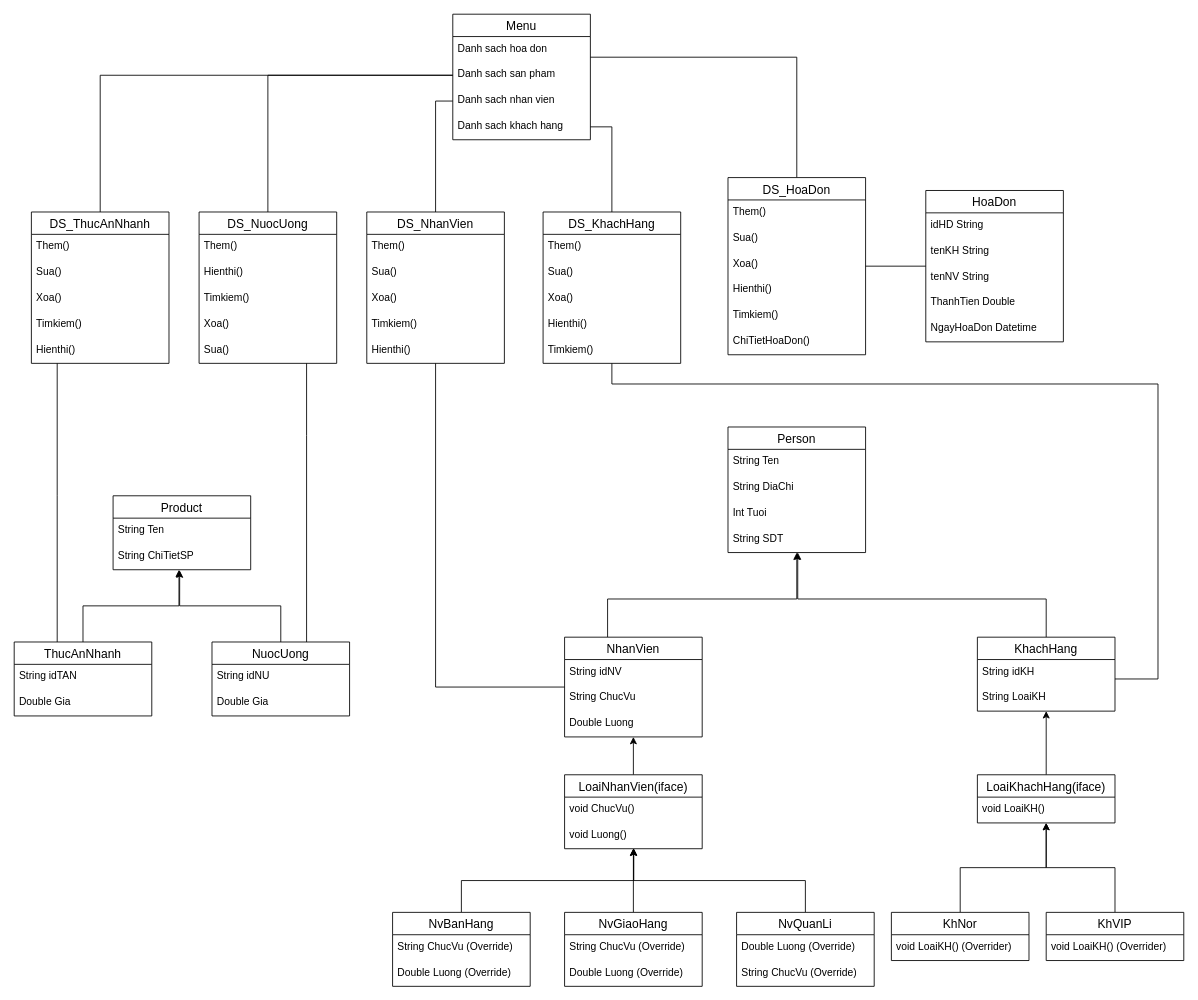
Earlier version of the draw.io diagram UMLDiagram.drawio (EdgarIgnite16/Fast-food-store-Manager-OOP). Source tidied: cells renumbered, new cells numbered last; positions are measured from the earlier drawing's top-left corner, leaving out a move shared by most shapes. Both pictures are drawn from the tidied source at 86%, with x=0, y=0 at pixel (14, 14).
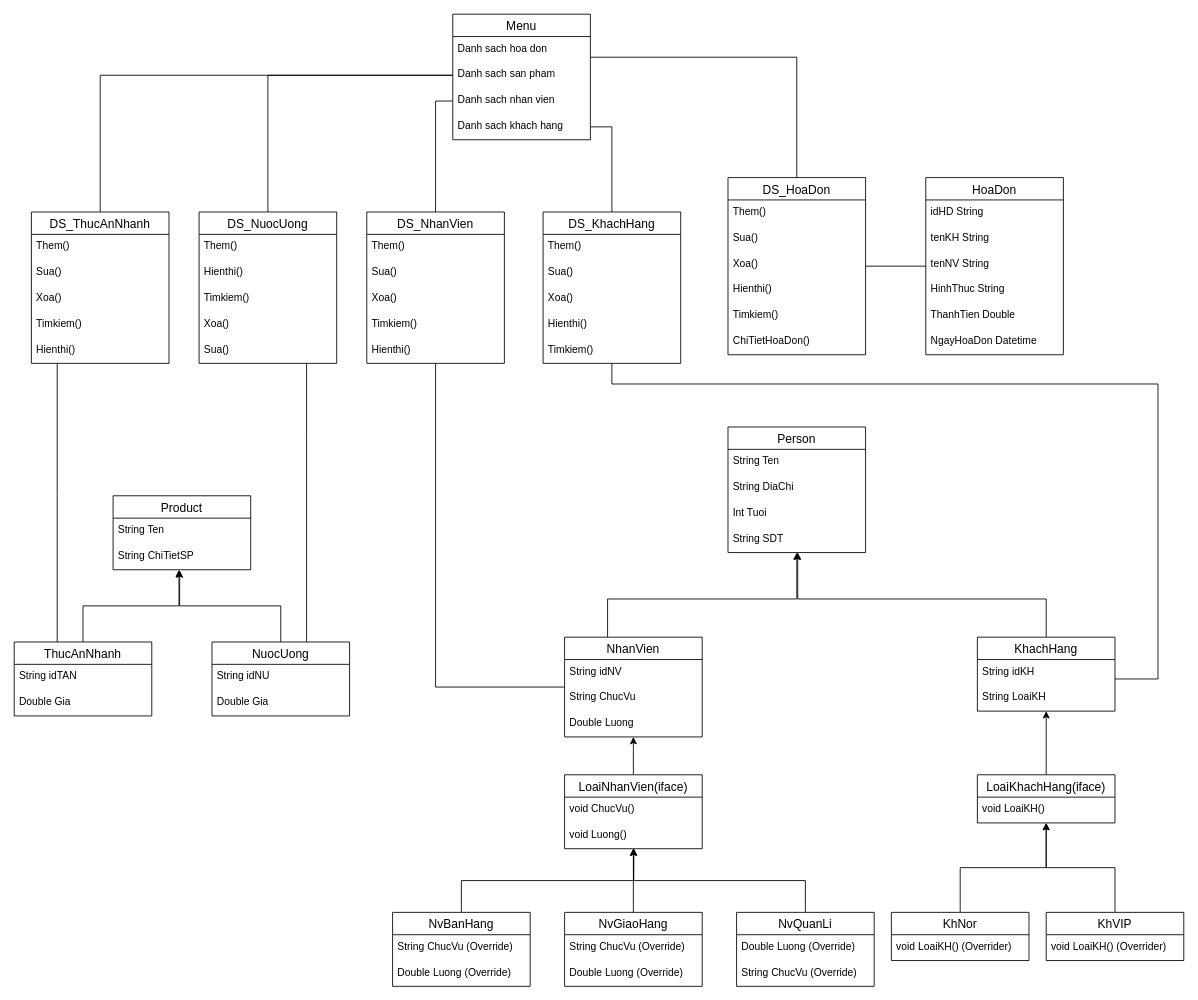
The same diagram, later.

What changed in the source:
```diff
@@
     <mxCell id="6" value="HoaDon" style="swimlane;fontStyle=0;horizontal=1;startSize=26;align=center;fontSize=14;" parent="1" vertex="1">
-      <mxGeometry x="1060" y="205" width="160" height="176" as="geometry" />
+      <mxGeometry x="1060" y="190" width="160" height="206" as="geometry" />
     </mxCell>
@@
+    <mxCell id="104" value="HinhThuc String" style="text;strokeColor=none;fillColor=none;spacingLeft=4;spacingRight=4;overflow=hidden;fontSize=12;" parent="6" vertex="1">
+      <mxGeometry y="116" width="160" height="30" as="geometry" />
+    </mxCell>
     <mxCell id="10" value="ThanhTien Double" style="text;strokeColor=none;fillColor=none;spacingLeft=4;spacingRight=4;overflow=hidden;fontSize=12;" parent="6" vertex="1">
-      <mxGeometry y="116" width="160" height="30" as="geometry" />
+      <mxGeometry y="146" width="160" height="30" as="geometry" />
     </mxCell>
     <mxCell id="11" value="NgayHoaDon Datetime" style="text;strokeColor=none;fillColor=none;spacingLeft=4;spacingRight=4;overflow=hidden;fontSize=12;" parent="6" vertex="1">
-      <mxGeometry y="146" width="160" height="30" as="geometry" />
+      <mxGeometry y="176" width="160" height="30" as="geometry" />
     </mxCell>
```
